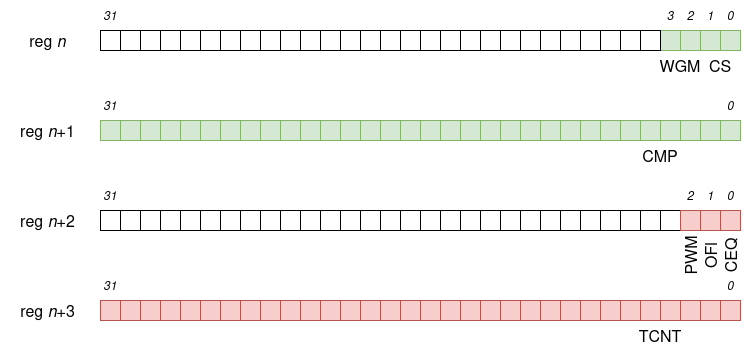
Above: static/img/20/wrapper_mapping.png in KULeuven-Diepenbeek/course_hwswcodesign (draw.io), before the change. Source tidied: cells renumbered, new cells last; positions are measured from the earlier drawing's top-left corner, leaving out a move shared by most shapes.
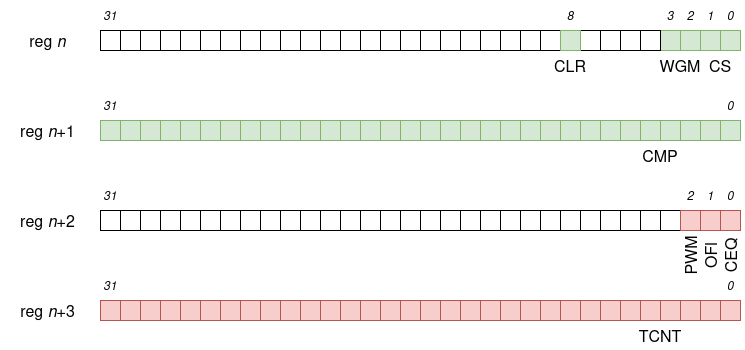
After the change.

Change to the diagram source:
```diff
@@ -35,7 +35,7 @@
     <mxCell id="12" style="rounded=0;whiteSpace=wrap;html=1;" parent="1" vertex="1">
       <mxGeometry x="540" y="30" width="20" height="20" as="geometry" />
     </mxCell>
-    <mxCell id="13" style="rounded=0;whiteSpace=wrap;html=1;" parent="1" vertex="1">
+    <mxCell id="13" style="rounded=0;whiteSpace=wrap;html=1;fillColor=#d5e8d4;strokeColor=#82b366;" parent="1" vertex="1">
       <mxGeometry x="560" y="30" width="20" height="20" as="geometry" />
     </mxCell>
     <mxCell id="14" style="rounded=0;whiteSpace=wrap;html=1;" parent="1" vertex="1">
@@ -458,5 +458,11 @@
     <mxCell id="153" value="&lt;font style=&quot;font-size: 16px;&quot;&gt;reg &lt;i&gt;n&lt;/i&gt;+3&lt;/font&gt;" style="text;html=1;align=center;verticalAlign=middle;whiteSpace=wrap;rounded=0;" parent="1" vertex="1">
       <mxGeometry y="300" width="95" height="20" as="geometry" />
     </mxCell>
+    <mxCell id="154" value="&lt;i&gt;8&lt;/i&gt;" style="text;html=1;align=center;verticalAlign=middle;whiteSpace=wrap;rounded=0;" parent="1" vertex="1">
+      <mxGeometry x="560" width="20" height="30" as="geometry" />
+    </mxCell>
+    <mxCell id="155" value="&lt;font style=&quot;font-size: 16px;&quot;&gt;CLR&lt;/font&gt;" style="text;html=1;align=center;verticalAlign=middle;whiteSpace=wrap;rounded=0;" parent="1" vertex="1">
+      <mxGeometry x="550" y="50" width="40" height="30" as="geometry" />
+    </mxCell>
   </root>
 </mxGraphModel>
```
